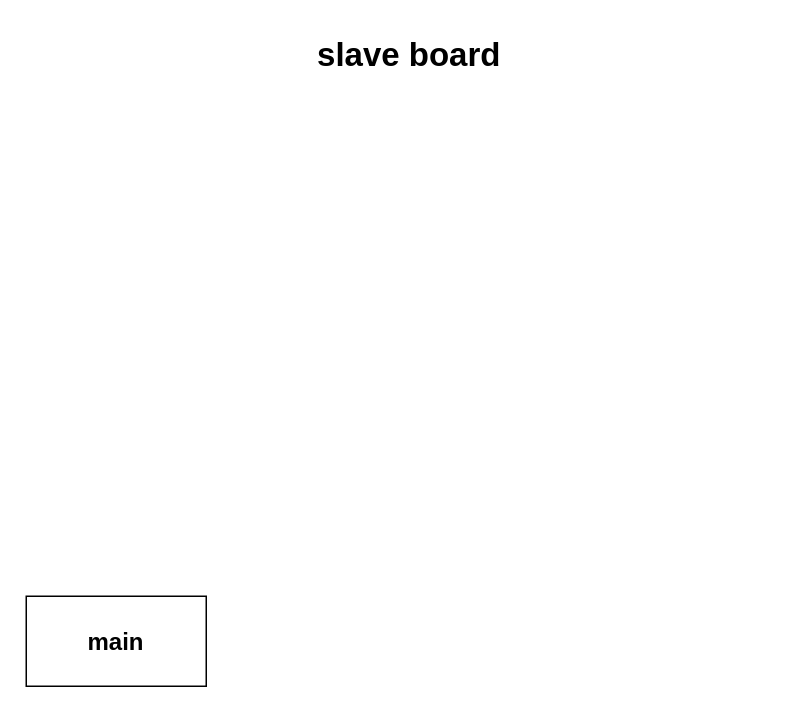
This is rosX.drawio from Jev0987/drawioFile, a draw.io file, before an edit. Source tidied: cells renumbered, new cells numbered last; positions are measured from the earlier drawing's top-left corner, leaving out a move shared by most shapes. Both pictures are drawn from the tidied source at 150%, with x=0, y=0 at pixel (26, 26).
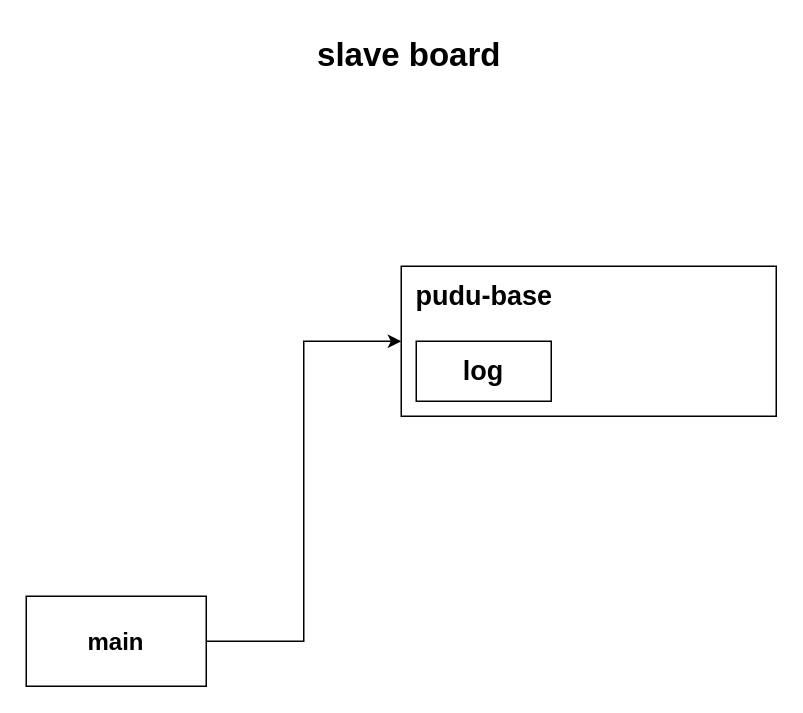
After the change.

The edit, as a diff of the source:
```diff
@@
 <mxGraphModel>
   <root>
     <mxCell id="0" />
     <mxCell id="1" parent="0" />
+    <mxCell id="4" style="edgeStyle=orthogonalEdgeStyle;rounded=0;jettySize=auto;html=1;exitX=1;exitY=0.5;exitDx=0;exitDy=0;entryX=0;entryY=0.5;entryDx=0;entryDy=0;" parent="1" edge="1" source="2" target="5">
+      <mxGeometry relative="1" as="geometry" />
+    </mxCell>
     <mxCell id="2" value="&lt;b&gt;main&lt;/b&gt;" style="whiteSpace=wrap;html=1;fontSize=16;" parent="1" vertex="1">
       <mxGeometry y="380" width="120" height="60" as="geometry" />
     </mxCell>
     <mxCell id="3" value="&lt;b&gt;slave board&lt;/b&gt;" style="text;html=1;align=center;verticalAlign=middle;strokeColor=none;fillColor=none;fontSize=22;" parent="1" vertex="1">
       <mxGeometry x="180" width="150" height="40" as="geometry" />
     </mxCell>
+    <mxCell id="5" style="whiteSpace=wrap;html=1;fontSize=16;" parent="1" vertex="1">
+      <mxGeometry x="250" y="160" width="250" height="100" as="geometry" />
+    </mxCell>
+    <mxCell id="6" value="&lt;b&gt;pudu-base&lt;/b&gt;" style="text;html=1;align=center;verticalAlign=middle;strokeColor=none;fillColor=none;fontSize=18;" parent="1" vertex="1">
+      <mxGeometry x="250" y="160" width="110" height="40" as="geometry" />
+    </mxCell>
+    <mxCell id="7" value="&lt;b&gt;log&lt;/b&gt;" style="whiteSpace=wrap;html=1;fontSize=18;" parent="1" vertex="1">
+      <mxGeometry x="260" y="210" width="90" height="40" as="geometry" />
+    </mxCell>
   </root>
 </mxGraphModel>
```
